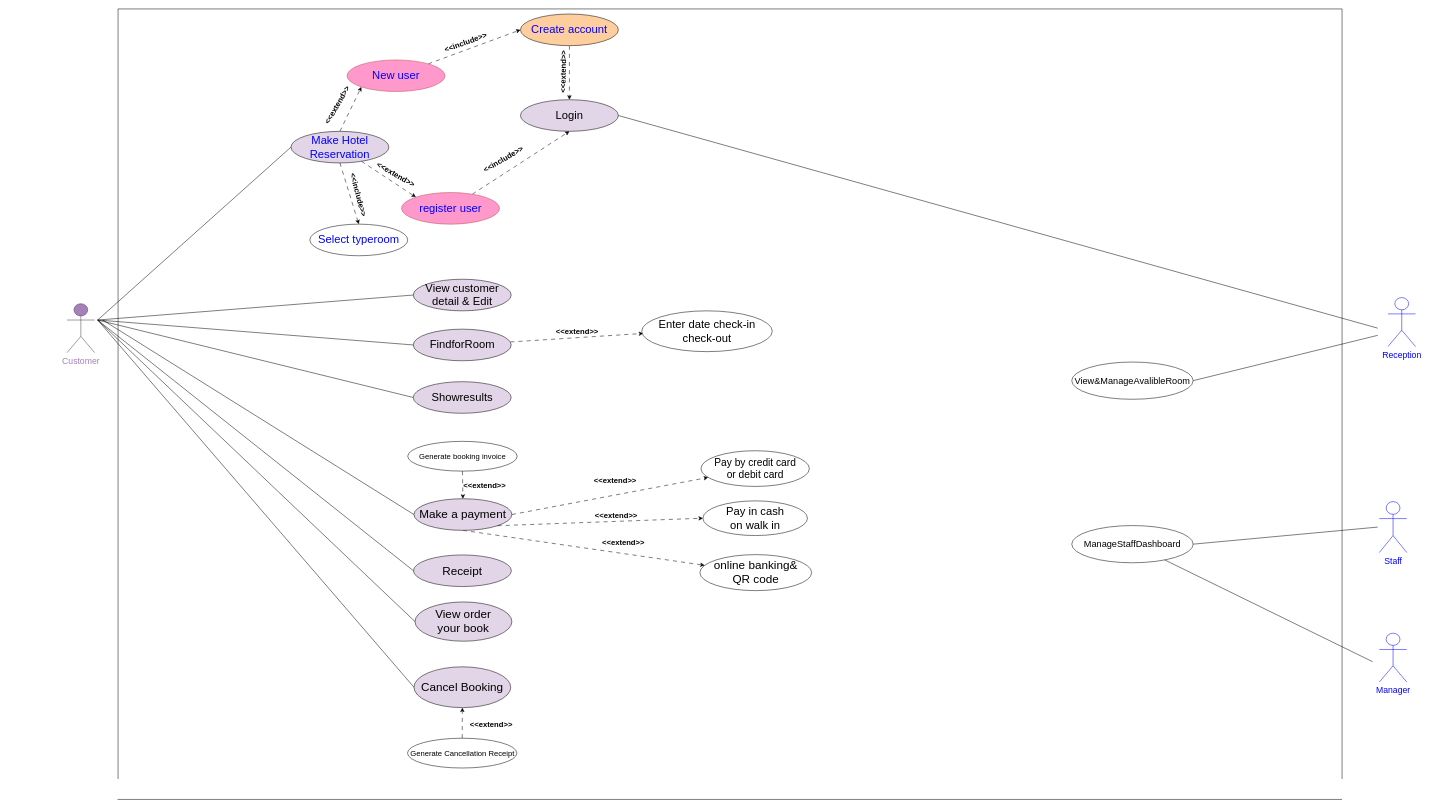
Yaya25aom/bookhotel keeps this draw.io diagram as usecase1.drawio. Above is the earlier version. Source tidied: cells renumbered, new cells numbered last; positions are measured from the earlier drawing's top-left corner, leaving out a move shared by most shapes. Both pictures are drawn from the tidied source at 51%, with x=0, y=0 at pixel (67, 9).
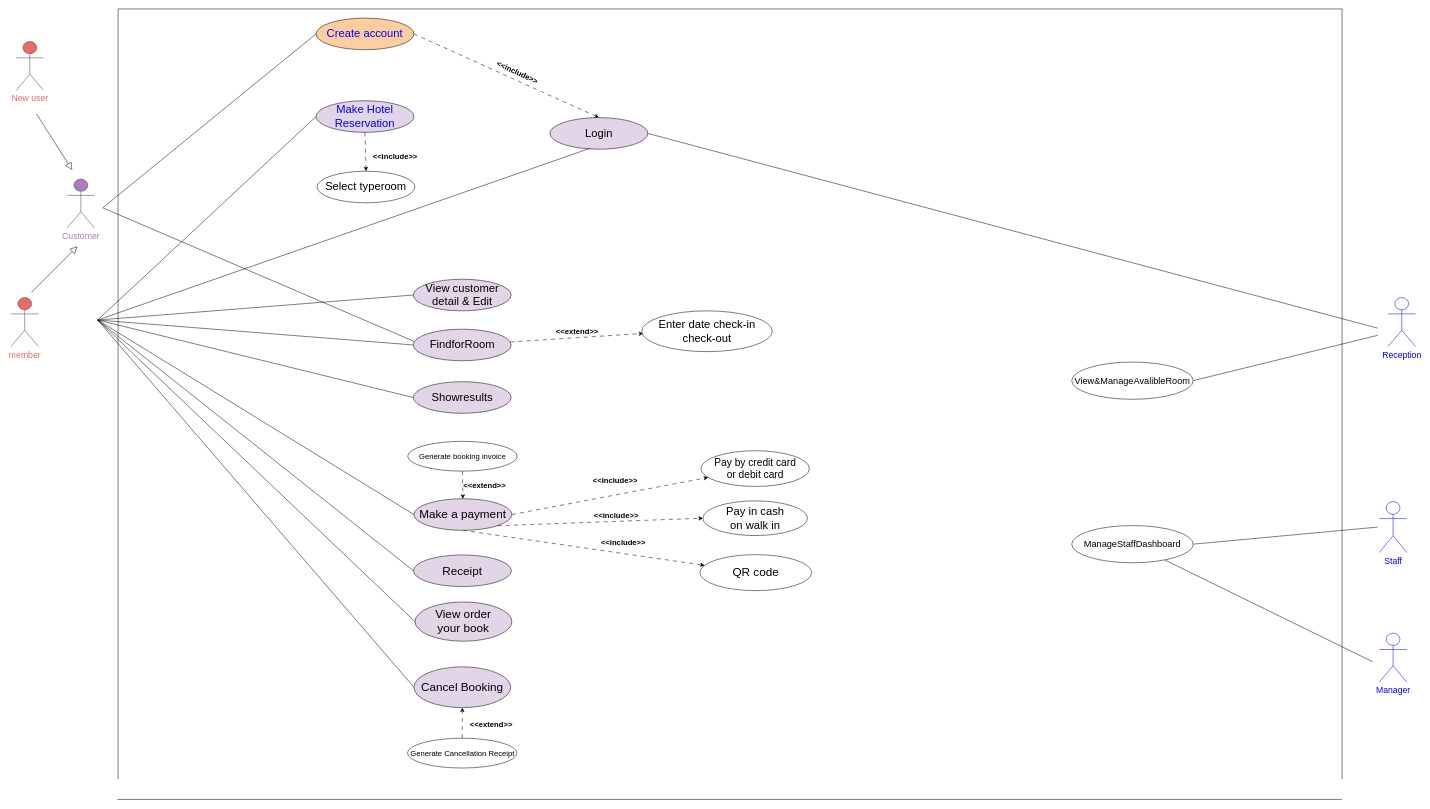
Above is the later version.

The change refers to these unchanged cells:
```xml
<mxCell id="11" value="&lt;font style=&quot;font-size: 22px;&quot;&gt;FindforRoom&lt;/font&gt;" style="ellipse;whiteSpace=wrap;html=1;fillColor=#E1D5E7;" parent="1" vertex="1">
  <mxGeometry x="678.8" y="627.9" width="192" height="62" as="geometry" />
</mxCell>
<mxCell id="15" value="&lt;font style=&quot;font-size: 23px;&quot;&gt;Make a payment&lt;/font&gt;" style="ellipse;whiteSpace=wrap;html=1;fillColor=#E1D5E7;" parent="1" vertex="1">
  <mxGeometry x="680.2" y="960.4" width="192" height="62" as="geometry" />
</mxCell>
```

The edit, as a diff of the source:
```diff
@@
-    <mxCell id="2" style="rounded=0;jettySize=auto;html=1;exitX=0.5;exitY=1;exitDx=0;exitDy=0;entryX=0.5;entryY=0;entryDx=0;entryDy=0;dashed=1;dashPattern=8 8;" parent="1" edge="1" source="3" target="4">
+    <mxCell id="2" style="rounded=0;jettySize=auto;html=1;exitX=1;exitY=0.5;exitDx=0;exitDy=0;entryX=0.5;entryY=0;entryDx=0;entryDy=0;dashed=1;dashPattern=8 8;" parent="1" edge="1" source="3" target="4">
       <mxGeometry relative="1" as="geometry" />
     </mxCell>
     <mxCell id="3" value="&lt;font style=&quot;font-size: 22px;&quot;&gt;Create account&lt;/font&gt;" style="ellipse;whiteSpace=wrap;html=1;fillColor=#FFCE9F;fontColor=#0000FF;" parent="1" vertex="1">
-      <mxGeometry x="889" y="10" width="192" height="62" as="geometry" />
+      <mxGeometry x="488.2" y="18" width="192" height="62" as="geometry" />
     </mxCell>
     <mxCell id="4" value="&lt;font style=&quot;font-size: 22px;&quot;&gt;Login&lt;/font&gt;" style="ellipse;whiteSpace=wrap;html=1;fillColor=#E1D5E7;" parent="1" vertex="1">
-      <mxGeometry x="889" y="178" width="192" height="62" as="geometry" />
+      <mxGeometry x="946.8" y="213.1" width="192" height="62" as="geometry" />
     </mxCell>
@@
-    <mxCell id="6" style="edgeStyle=none;shape=connector;rounded=0;jettySize=auto;html=1;exitX=0.5;exitY=0;exitDx=0;exitDy=0;labelBackgroundColor=default;fontFamily=Helvetica;fontSize=11;fontColor=default;endArrow=classic;endFill=1;dashed=1;dashPattern=8 8;entryX=0;entryY=1;entryDx=0;entryDy=0;" parent="1" edge="1" source="8" target="48">
-      <mxGeometry relative="1" as="geometry" />
-    </mxCell>
-    <mxCell id="7" style="rounded=0;jettySize=auto;html=1;entryX=0;entryY=0;entryDx=0;entryDy=0;dashed=1;dashPattern=8 8;" parent="1" edge="1" source="8" target="50">
-      <mxGeometry relative="1" as="geometry" />
-    </mxCell>
     <mxCell id="8" value="&lt;font style=&quot;font-size: 22px;&quot;&gt;Make Hotel Reservation&lt;/font&gt;" style="ellipse;whiteSpace=wrap;html=1;fillColor=#E1D5E7;fontColor=#0000FF;" parent="1" vertex="1">
-      <mxGeometry x="439" y="240" width="192" height="62" as="geometry" />
+      <mxGeometry x="488.2" y="180" width="192" height="62" as="geometry" />
     </mxCell>
@@
     <mxCell id="12" value="&lt;font color=&quot;#a680b8&quot; style=&quot;font-size: 17px;&quot;&gt;Customer&lt;/font&gt;" style="shape=umlActor;verticalLabelPosition=bottom;verticalAlign=top;html=1;strokeColor=#4E3C57;fillColor=#A680B8;" parent="1" vertex="1">
-      <mxGeometry y="578" width="54" height="96" as="geometry" />
+      <mxGeometry y="333.7" width="54" height="96" as="geometry" />
     </mxCell>
     <mxCell id="13" style="edgeStyle=none;shape=connector;rounded=0;jettySize=auto;html=1;exitX=0;exitY=0.5;exitDx=0;exitDy=0;labelBackgroundColor=default;fontFamily=Helvetica;fontSize=11;fontColor=default;endArrow=none;endFill=0;" parent="1" edge="1" source="15">
       <mxGeometry relative="1" as="geometry">
-        <mxPoint x="70" y="610" as="targetPoint" />
+        <mxPoint x="60" y="610" as="targetPoint" />
       </mxGeometry>
     </mxCell>
@@
-    <mxCell id="20" value="&lt;font color=&quot;#0000ff&quot; style=&quot;font-size: 22px;&quot;&gt;Select typeroom&lt;/font&gt;" style="ellipse;whiteSpace=wrap;html=1;" parent="1" vertex="1">
-      <mxGeometry x="476" y="422" width="192" height="62" as="geometry" />
+    <mxCell id="20" value="&lt;font style=&quot;font-size: 22px;&quot;&gt;Select typeroom&lt;/font&gt;" style="ellipse;whiteSpace=wrap;html=1;" parent="1" vertex="1">
+      <mxGeometry x="490.2" y="318.2" width="192" height="62" as="geometry" />
     </mxCell>
@@
-    <mxCell id="26" value="&lt;span style=&quot;font-size: 15px;&quot;&gt;&lt;b&gt;&amp;lt;&amp;lt;extend&amp;gt;&amp;gt;&lt;/b&gt;&lt;/span&gt;" style="text;html=1;strokeColor=none;fillColor=none;align=center;verticalAlign=middle;whiteSpace=wrap;rounded=0;fontSize=11;fontFamily=Helvetica;fontColor=default;rotation=0;" parent="1" vertex="1">
+    <mxCell id="26" value="&lt;span style=&quot;font-size: 15px;&quot;&gt;&lt;b&gt;&amp;lt;&amp;lt;include&amp;gt;&amp;gt;&lt;/b&gt;&lt;/span&gt;" style="text;html=1;strokeColor=none;fillColor=none;align=center;verticalAlign=middle;whiteSpace=wrap;rounded=0;fontSize=11;fontFamily=Helvetica;fontColor=default;rotation=0;" parent="1" vertex="1">
       <mxGeometry x="1045.1" y="913" width="60" height="23.3" as="geometry" />
     </mxCell>
@@
-    <mxCell id="41" value="&lt;font style=&quot;font-size: 23px;&quot;&gt;online banking&amp;amp;&lt;br&gt;QR code&lt;/font&gt;" style="ellipse;whiteSpace=wrap;html=1;fillColor=#FFFFFF;" parent="1" vertex="1">
+    <mxCell id="41" value="&lt;font style=&quot;font-size: 23px;&quot;&gt;QR code&lt;/font&gt;" style="ellipse;whiteSpace=wrap;html=1;fillColor=#FFFFFF;" parent="1" vertex="1">
       <mxGeometry x="1240.8" y="1070" width="219.2" height="70.6" as="geometry" />
     </mxCell>
-    <mxCell id="42" value="&lt;span style=&quot;font-size: 15px;&quot;&gt;&lt;b&gt;&amp;lt;&amp;lt;extend&amp;gt;&amp;gt;&lt;/b&gt;&lt;/span&gt;" style="text;html=1;strokeColor=none;fillColor=none;align=center;verticalAlign=middle;whiteSpace=wrap;rounded=0;fontSize=11;fontFamily=Helvetica;fontColor=default;rotation=0;" parent="1" vertex="1">
+    <mxCell id="42" value="&lt;span style=&quot;font-size: 15px;&quot;&gt;&lt;b&gt;&amp;lt;&amp;lt;include&amp;gt;&amp;gt;&lt;/b&gt;&lt;/span&gt;" style="text;html=1;strokeColor=none;fillColor=none;align=center;verticalAlign=middle;whiteSpace=wrap;rounded=0;fontSize=11;fontFamily=Helvetica;fontColor=default;rotation=0;" parent="1" vertex="1">
       <mxGeometry x="1025.9" y="980" width="101.6" height="25.8" as="geometry" />
     </mxCell>
@@
-    <mxCell id="47" style="rounded=0;jettySize=auto;html=1;entryX=0;entryY=0.5;entryDx=0;entryDy=0;dashed=1;dashPattern=8 8;" parent="1" edge="1" source="48" target="3">
-      <mxGeometry relative="1" as="geometry" />
-    </mxCell>
-    <mxCell id="48" value="&lt;font style=&quot;font-size: 22px;&quot;&gt;New user&lt;/font&gt;" style="ellipse;whiteSpace=wrap;html=1;fillColor=#FF99CC;strokeColor=#b85450;fontColor=#0000FF;" parent="1" vertex="1">
-      <mxGeometry x="549" y="100" width="192" height="62" as="geometry" />
-    </mxCell>
-    <mxCell id="49" style="rounded=0;jettySize=auto;html=1;entryX=0.5;entryY=1;entryDx=0;entryDy=0;dashed=1;dashPattern=8 8;" parent="1" edge="1" source="50" target="4">
-      <mxGeometry relative="1" as="geometry" />
-    </mxCell>
-    <mxCell id="50" value="&lt;font style=&quot;font-size: 22px;&quot;&gt;register user&lt;/font&gt;" style="ellipse;whiteSpace=wrap;html=1;fillColor=#FF99CC;strokeColor=#b85450;fontColor=#0000FF;" parent="1" vertex="1">
-      <mxGeometry x="655.9" y="360" width="192" height="62" as="geometry" />
-    </mxCell>
-    <mxCell id="51" value="&lt;span style=&quot;font-size: 15px;&quot;&gt;&lt;b&gt;&amp;lt;&amp;lt;extend&amp;gt;&amp;gt;&lt;/b&gt;&lt;/span&gt;" style="text;html=1;strokeColor=none;fillColor=none;align=center;verticalAlign=middle;whiteSpace=wrap;rounded=0;fontSize=11;fontFamily=Helvetica;fontColor=default;rotation=-60;" parent="1" vertex="1">
-      <mxGeometry x="476" y="174" width="106.9" height="28.2" as="geometry" />
-    </mxCell>
-    <mxCell id="52" value="&lt;span style=&quot;font-size: 15px;&quot;&gt;&lt;b&gt;&amp;lt;&amp;lt;extend&amp;gt;&amp;gt;&lt;/b&gt;&lt;/span&gt;" style="text;html=1;strokeColor=none;fillColor=none;align=center;verticalAlign=middle;whiteSpace=wrap;rounded=0;fontSize=11;fontFamily=Helvetica;fontColor=default;rotation=30;" parent="1" vertex="1">
-      <mxGeometry x="591.6" y="310" width="106.9" height="28.2" as="geometry" />
-    </mxCell>
-    <mxCell id="53" value="&lt;span style=&quot;font-size: 15px;&quot;&gt;&lt;b&gt;&amp;lt;&amp;lt;include&amp;gt;&amp;gt;&lt;/b&gt;&lt;/span&gt;" style="text;html=1;strokeColor=none;fillColor=none;align=center;verticalAlign=middle;whiteSpace=wrap;rounded=0;fontSize=11;fontFamily=Helvetica;fontColor=default;rotation=-20;" parent="1" vertex="1">
-      <mxGeometry x="728" y="50.8" width="106.9" height="28.2" as="geometry" />
-    </mxCell>
-    <mxCell id="54" value="&lt;span style=&quot;font-size: 15px;&quot;&gt;&lt;b&gt;&amp;lt;&amp;lt;include&amp;gt;&amp;gt;&lt;/b&gt;&lt;/span&gt;" style="text;html=1;strokeColor=none;fillColor=none;align=center;verticalAlign=middle;whiteSpace=wrap;rounded=0;fontSize=11;fontFamily=Helvetica;fontColor=default;rotation=-30;" parent="1" vertex="1">
-      <mxGeometry x="802.1" y="280" width="106.9" height="28.2" as="geometry" />
-    </mxCell>
-    <mxCell id="55" value="&lt;span style=&quot;font-size: 15px;&quot;&gt;&lt;b&gt;&amp;lt;&amp;lt;extend&amp;gt;&amp;gt;&lt;/b&gt;&lt;/span&gt;" style="text;html=1;strokeColor=none;fillColor=none;align=center;verticalAlign=middle;whiteSpace=wrap;rounded=0;fontSize=11;fontFamily=Helvetica;fontColor=default;rotation=-89;" parent="1" vertex="1">
-      <mxGeometry x="919" y="108.9" width="106.9" height="28.2" as="geometry" />
-    </mxCell>
@@
-    <mxCell id="57" value="&lt;span style=&quot;font-size: 15px;&quot;&gt;&lt;b&gt;&amp;lt;&amp;lt;include&amp;gt;&amp;gt;&lt;/b&gt;&lt;/span&gt;" style="text;html=1;strokeColor=none;fillColor=none;align=center;verticalAlign=middle;whiteSpace=wrap;rounded=0;fontSize=11;fontFamily=Helvetica;fontColor=default;rotation=75;" parent="1" vertex="1">
-      <mxGeometry x="518.6" y="350" width="106.9" height="28.2" as="geometry" />
+    <mxCell id="57" value="&lt;span style=&quot;font-size: 15px;&quot;&gt;&lt;b&gt;&amp;lt;&amp;lt;include&amp;gt;&amp;gt;&lt;/b&gt;&lt;/span&gt;" style="text;html=1;strokeColor=none;fillColor=none;align=center;verticalAlign=middle;whiteSpace=wrap;rounded=0;fontSize=11;fontFamily=Helvetica;fontColor=default;rotation=0;" parent="1" vertex="1">
+      <mxGeometry x="590" y="275.1" width="106.9" height="28.2" as="geometry" />
     </mxCell>
@@
-    <mxCell id="66" value="&lt;span style=&quot;font-size: 15px;&quot;&gt;&lt;b&gt;&amp;lt;&amp;lt;extend&amp;gt;&amp;gt;&lt;/b&gt;&lt;/span&gt;" style="text;html=1;strokeColor=none;fillColor=none;align=center;verticalAlign=middle;whiteSpace=wrap;rounded=0;fontSize=11;fontFamily=Helvetica;fontColor=default;rotation=0;" parent="1" vertex="1">
+    <mxCell id="66" value="&lt;span style=&quot;font-size: 15px;&quot;&gt;&lt;b&gt;&amp;lt;&amp;lt;include&amp;gt;&amp;gt;&lt;/b&gt;&lt;/span&gt;" style="text;html=1;strokeColor=none;fillColor=none;align=center;verticalAlign=middle;whiteSpace=wrap;rounded=0;fontSize=11;fontFamily=Helvetica;fontColor=default;rotation=0;" parent="1" vertex="1">
       <mxGeometry x="1040" y="1032.6" width="101.6" height="25.8" as="geometry" />
     </mxCell>
+    <mxCell id="48" value="&lt;font color=&quot;#ea6b66&quot; style=&quot;font-size: 17px;&quot;&gt;New user&lt;/font&gt;" style="shape=umlActor;verticalLabelPosition=bottom;verticalAlign=top;html=1;outlineConnect=0;strokeColor=#4E3C57;fillColor=#EA6B66;" parent="1" vertex="1">
+      <mxGeometry x="-100" y="63.9" width="54" height="96" as="geometry" />
+    </mxCell>
+    <mxCell id="67" style="endArrow=block;endFill=0;endSize=12;html=1;rounded=0;" parent="1" edge="1">
+      <mxGeometry relative="1" as="geometry">
+        <mxPoint x="-60" y="205.7" as="sourcePoint" />
+        <mxPoint x="10" y="315.7" as="targetPoint" />
+      </mxGeometry>
+    </mxCell>
+    <mxCell id="68" value="&lt;font color=&quot;#ea6b66&quot; style=&quot;font-size: 17px;&quot;&gt;member&lt;/font&gt;" style="shape=umlActor;verticalLabelPosition=bottom;verticalAlign=top;html=1;strokeColor=#4E3C57;fillColor=#EA6B66;" parent="1" vertex="1">
+      <mxGeometry x="-110" y="566" width="54" height="96" as="geometry" />
+    </mxCell>
+    <mxCell id="69" style="endArrow=block;endFill=0;endSize=12;html=1;rounded=0;" parent="1" edge="1">
+      <mxGeometry relative="1" as="geometry">
+        <mxPoint x="-70" y="555.7" as="sourcePoint" />
+        <mxPoint x="20" y="465.7" as="targetPoint" />
+      </mxGeometry>
+    </mxCell>
+    <mxCell id="70" style="edgeStyle=none;shape=connector;rounded=0;jettySize=auto;html=1;labelBackgroundColor=default;fontFamily=Helvetica;fontSize=11;fontColor=default;endArrow=none;endFill=0;exitX=0;exitY=0.5;exitDx=0;exitDy=0;" parent="1" edge="1" source="3">
+      <mxGeometry relative="1" as="geometry">
+        <mxPoint x="70" y="390" as="targetPoint" />
+      </mxGeometry>
+    </mxCell>
+    <mxCell id="71" style="edgeStyle=none;shape=connector;rounded=0;jettySize=auto;html=1;labelBackgroundColor=default;fontFamily=Helvetica;fontSize=11;fontColor=default;endArrow=none;endFill=0;exitX=0.009;exitY=0.388;exitDx=0;exitDy=0;exitPerimeter=0;" parent="1" edge="1" source="11">
+      <mxGeometry relative="1" as="geometry">
+        <mxPoint x="70" y="390" as="targetPoint" />
+      </mxGeometry>
+    </mxCell>
+    <mxCell id="72" value="&lt;span style=&quot;font-size: 15px;&quot;&gt;&lt;b&gt;&amp;lt;&amp;lt;include&amp;gt;&amp;gt;&lt;/b&gt;&lt;/span&gt;" style="text;html=1;strokeColor=none;fillColor=none;align=center;verticalAlign=middle;whiteSpace=wrap;rounded=0;fontSize=11;fontFamily=Helvetica;fontColor=default;rotation=25;" parent="1" vertex="1">
+      <mxGeometry x="830" y="110" width="106.9" height="28.2" as="geometry" />
+    </mxCell>
+    <mxCell id="73" style="edgeStyle=none;shape=connector;rounded=0;jettySize=auto;html=1;exitX=0.409;exitY=0.972;exitDx=0;exitDy=0;labelBackgroundColor=default;fontFamily=Helvetica;fontSize=11;fontColor=default;endArrow=none;endFill=0;exitPerimeter=0;" parent="1" edge="1" source="4">
+      <mxGeometry relative="1" as="geometry">
+        <mxPoint x="60" y="610" as="targetPoint" />
+      </mxGeometry>
+    </mxCell>
```
